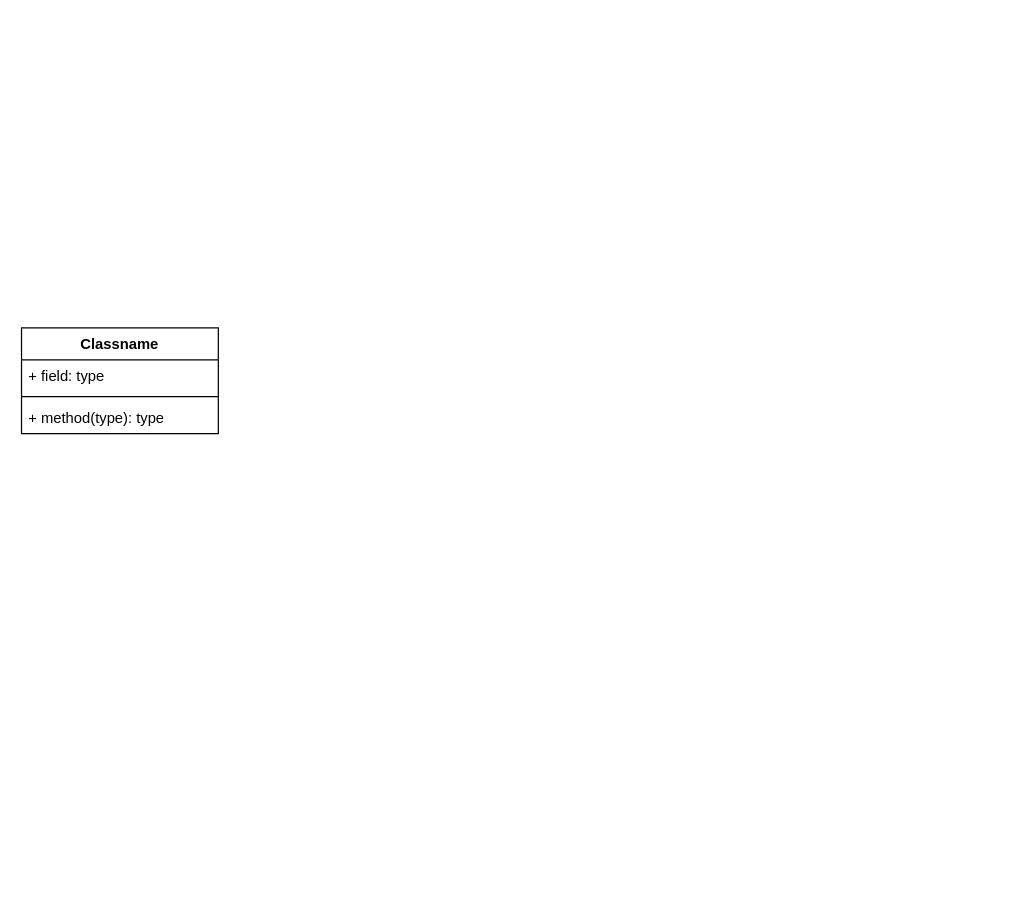
Before: Diagramas/Diagrama de Diseño.drawio in fschwe/SeminarioPractica, a draw.io diagram. Source tidied: cells renumbered, new cells numbered last; positions are measured from the earlier drawing's top-left corner, leaving out a move shared by most shapes. Both pictures are drawn from the tidied source at 123%, with x=0, y=0 at pixel (21, 327).
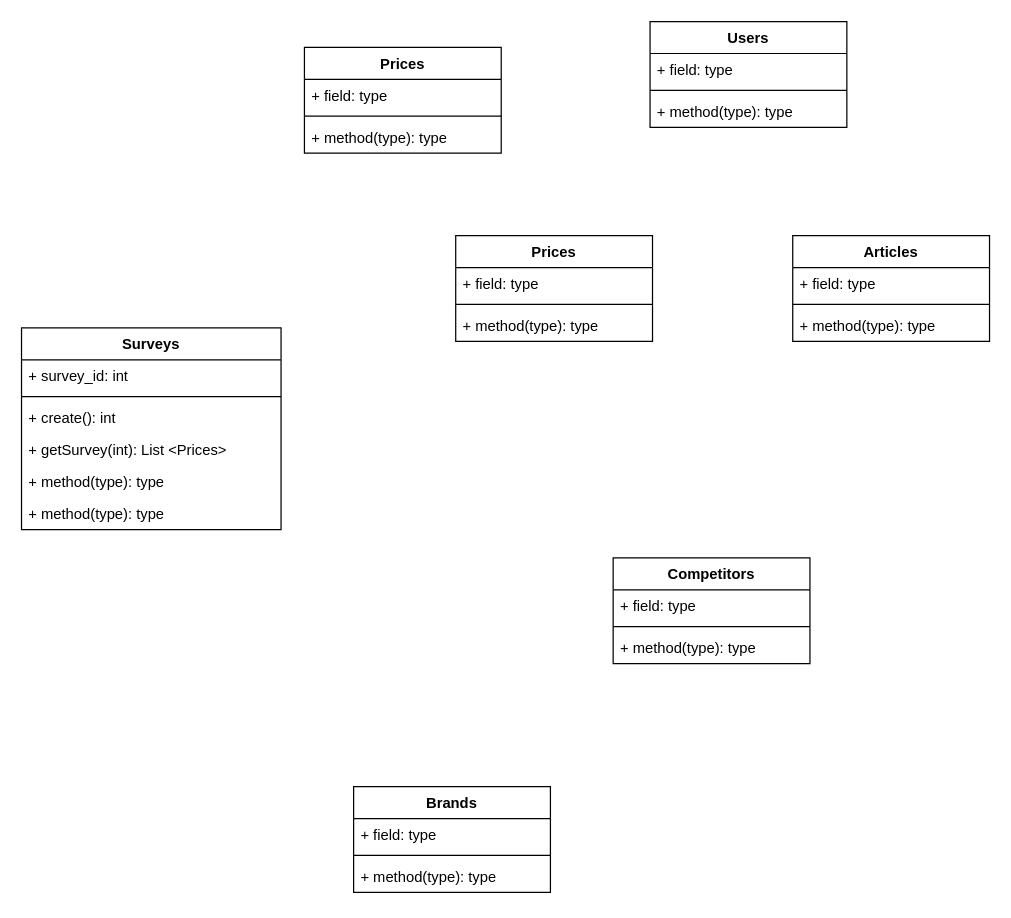
The same diagram, later.

What changed in the source:
```diff
@@
-    <mxCell id="2" value="Classname" style="swimlane;fontStyle=1;align=center;verticalAlign=top;horizontal=1;startSize=26;whiteSpace=wrap;html=1;" parent="1" vertex="1">
-      <mxGeometry width="160" height="86" as="geometry" />
+    <mxCell id="2" value="Surveys" style="swimlane;fontStyle=1;align=center;verticalAlign=top;horizontal=1;startSize=26;whiteSpace=wrap;html=1;" parent="1" vertex="1">
+      <mxGeometry width="211" height="164" as="geometry" />
     </mxCell>
-    <mxCell id="3" value="+ field: type" style="text;strokeColor=none;fillColor=none;align=left;verticalAlign=top;spacingLeft=4;spacingRight=4;overflow=hidden;whiteSpace=wrap;html=1;" parent="2" vertex="1">
-      <mxGeometry y="26" width="160" height="26" as="geometry" />
+    <mxCell id="3" value="+ survey_id: int" style="text;strokeColor=none;fillColor=none;align=left;verticalAlign=top;spacingLeft=4;spacingRight=4;overflow=hidden;whiteSpace=wrap;html=1;" parent="2" vertex="1">
+      <mxGeometry y="26" width="211" height="26" as="geometry" />
     </mxCell>
     <mxCell id="4" style="line;strokeWidth=1;fillColor=none;align=left;verticalAlign=middle;spacingTop=-1;spacingLeft=3;spacingRight=3;labelPosition=right;strokeColor=inherit;" parent="2" vertex="1">
-      <mxGeometry y="52" width="160" height="8" as="geometry" />
+      <mxGeometry y="52" width="211" height="8" as="geometry" />
     </mxCell>
-    <mxCell id="5" value="+ method(type): type" style="text;strokeColor=none;fillColor=none;align=left;verticalAlign=top;spacingLeft=4;spacingRight=4;overflow=hidden;whiteSpace=wrap;html=1;" parent="2" vertex="1">
-      <mxGeometry y="60" width="160" height="26" as="geometry" />
+    <mxCell id="5" value="+ create(): int" style="text;strokeColor=none;fillColor=none;align=left;verticalAlign=top;spacingLeft=4;spacingRight=4;overflow=hidden;whiteSpace=wrap;html=1;" parent="2" vertex="1">
+      <mxGeometry y="60" width="211" height="26" as="geometry" />
     </mxCell>
+    <mxCell id="6" value="+ getSurvey(int): List &amp;lt;Prices&amp;gt;" style="text;strokeColor=none;fillColor=none;align=left;verticalAlign=top;spacingLeft=4;spacingRight=4;overflow=hidden;whiteSpace=wrap;html=1;" parent="2" vertex="1">
+      <mxGeometry y="86" width="211" height="26" as="geometry" />
+    </mxCell>
+    <mxCell id="7" value="+ method(type): type" style="text;strokeColor=none;fillColor=none;align=left;verticalAlign=top;spacingLeft=4;spacingRight=4;overflow=hidden;whiteSpace=wrap;html=1;" parent="2" vertex="1">
+      <mxGeometry y="112" width="211" height="26" as="geometry" />
+    </mxCell>
+    <mxCell id="8" value="+ method(type): type" style="text;strokeColor=none;fillColor=none;align=left;verticalAlign=top;spacingLeft=4;spacingRight=4;overflow=hidden;whiteSpace=wrap;html=1;" parent="2" vertex="1">
+      <mxGeometry y="138" width="211" height="26" as="geometry" />
+    </mxCell>
+    <mxCell id="9" value="Prices" style="swimlane;fontStyle=1;align=center;verticalAlign=top;horizontal=1;startSize=26;whiteSpace=wrap;html=1;" parent="1" vertex="1">
+      <mxGeometry x="353" y="-75" width="160" height="86" as="geometry" />
+    </mxCell>
+    <mxCell id="10" value="+ field: type" style="text;strokeColor=none;fillColor=none;align=left;verticalAlign=top;spacingLeft=4;spacingRight=4;overflow=hidden;whiteSpace=wrap;html=1;" parent="9" vertex="1">
+      <mxGeometry y="26" width="160" height="26" as="geometry" />
+    </mxCell>
+    <mxCell id="11" style="line;strokeWidth=1;fillColor=none;align=left;verticalAlign=middle;spacingTop=-1;spacingLeft=3;spacingRight=3;labelPosition=right;strokeColor=inherit;" parent="9" vertex="1">
+      <mxGeometry y="52" width="160" height="8" as="geometry" />
+    </mxCell>
+    <mxCell id="12" value="+ method(type): type" style="text;strokeColor=none;fillColor=none;align=left;verticalAlign=top;spacingLeft=4;spacingRight=4;overflow=hidden;whiteSpace=wrap;html=1;" parent="9" vertex="1">
+      <mxGeometry y="60" width="160" height="26" as="geometry" />
+    </mxCell>
+    <mxCell id="13" value="Competitors" style="swimlane;fontStyle=1;align=center;verticalAlign=top;horizontal=1;startSize=26;whiteSpace=wrap;html=1;" parent="1" vertex="1">
+      <mxGeometry x="481" y="187" width="160" height="86" as="geometry" />
+    </mxCell>
+    <mxCell id="14" value="+ field: type" style="text;strokeColor=none;fillColor=none;align=left;verticalAlign=top;spacingLeft=4;spacingRight=4;overflow=hidden;whiteSpace=wrap;html=1;" parent="13" vertex="1">
+      <mxGeometry y="26" width="160" height="26" as="geometry" />
+    </mxCell>
+    <mxCell id="15" style="line;strokeWidth=1;fillColor=none;align=left;verticalAlign=middle;spacingTop=-1;spacingLeft=3;spacingRight=3;labelPosition=right;strokeColor=inherit;" parent="13" vertex="1">
+      <mxGeometry y="52" width="160" height="8" as="geometry" />
+    </mxCell>
+    <mxCell id="16" value="+ method(type): type" style="text;strokeColor=none;fillColor=none;align=left;verticalAlign=top;spacingLeft=4;spacingRight=4;overflow=hidden;whiteSpace=wrap;html=1;" parent="13" vertex="1">
+      <mxGeometry y="60" width="160" height="26" as="geometry" />
+    </mxCell>
+    <mxCell id="17" value="Brands" style="swimlane;fontStyle=1;align=center;verticalAlign=top;horizontal=1;startSize=26;whiteSpace=wrap;html=1;" parent="1" vertex="1">
+      <mxGeometry x="270" y="373" width="160" height="86" as="geometry" />
+    </mxCell>
+    <mxCell id="18" value="+ field: type" style="text;strokeColor=none;fillColor=none;align=left;verticalAlign=top;spacingLeft=4;spacingRight=4;overflow=hidden;whiteSpace=wrap;html=1;" parent="17" vertex="1">
+      <mxGeometry y="26" width="160" height="26" as="geometry" />
+    </mxCell>
+    <mxCell id="19" style="line;strokeWidth=1;fillColor=none;align=left;verticalAlign=middle;spacingTop=-1;spacingLeft=3;spacingRight=3;labelPosition=right;strokeColor=inherit;" parent="17" vertex="1">
+      <mxGeometry y="52" width="160" height="8" as="geometry" />
+    </mxCell>
+    <mxCell id="20" value="+ method(type): type" style="text;strokeColor=none;fillColor=none;align=left;verticalAlign=top;spacingLeft=4;spacingRight=4;overflow=hidden;whiteSpace=wrap;html=1;" parent="17" vertex="1">
+      <mxGeometry y="60" width="160" height="26" as="geometry" />
+    </mxCell>
+    <mxCell id="21" value="Articles" style="swimlane;fontStyle=1;align=center;verticalAlign=top;horizontal=1;startSize=26;whiteSpace=wrap;html=1;" parent="1" vertex="1">
+      <mxGeometry x="627" y="-75" width="160" height="86" as="geometry" />
+    </mxCell>
+    <mxCell id="22" value="+ field: type" style="text;strokeColor=none;fillColor=none;align=left;verticalAlign=top;spacingLeft=4;spacingRight=4;overflow=hidden;whiteSpace=wrap;html=1;" parent="21" vertex="1">
+      <mxGeometry y="26" width="160" height="26" as="geometry" />
+    </mxCell>
+    <mxCell id="23" style="line;strokeWidth=1;fillColor=none;align=left;verticalAlign=middle;spacingTop=-1;spacingLeft=3;spacingRight=3;labelPosition=right;strokeColor=inherit;" parent="21" vertex="1">
+      <mxGeometry y="52" width="160" height="8" as="geometry" />
+    </mxCell>
+    <mxCell id="24" value="+ method(type): type" style="text;strokeColor=none;fillColor=none;align=left;verticalAlign=top;spacingLeft=4;spacingRight=4;overflow=hidden;whiteSpace=wrap;html=1;" parent="21" vertex="1">
+      <mxGeometry y="60" width="160" height="26" as="geometry" />
+    </mxCell>
+    <mxCell id="25" value="Prices" style="swimlane;fontStyle=1;align=center;verticalAlign=top;horizontal=1;startSize=26;whiteSpace=wrap;html=1;" parent="1" vertex="1">
+      <mxGeometry x="230" y="-228" width="160" height="86" as="geometry" />
+    </mxCell>
+    <mxCell id="26" value="+ field: type" style="text;strokeColor=none;fillColor=none;align=left;verticalAlign=top;spacingLeft=4;spacingRight=4;overflow=hidden;whiteSpace=wrap;html=1;" parent="25" vertex="1">
+      <mxGeometry y="26" width="160" height="26" as="geometry" />
+    </mxCell>
+    <mxCell id="27" style="line;strokeWidth=1;fillColor=none;align=left;verticalAlign=middle;spacingTop=-1;spacingLeft=3;spacingRight=3;labelPosition=right;strokeColor=inherit;" parent="25" vertex="1">
+      <mxGeometry y="52" width="160" height="8" as="geometry" />
+    </mxCell>
+    <mxCell id="28" value="+ method(type): type" style="text;strokeColor=none;fillColor=none;align=left;verticalAlign=top;spacingLeft=4;spacingRight=4;overflow=hidden;whiteSpace=wrap;html=1;" parent="25" vertex="1">
+      <mxGeometry y="60" width="160" height="26" as="geometry" />
+    </mxCell>
+    <mxCell id="29" value="Users" style="swimlane;fontStyle=1;align=center;verticalAlign=top;horizontal=1;startSize=26;whiteSpace=wrap;html=1;" parent="1" vertex="1">
+      <mxGeometry x="511" y="-249" width="160" height="86" as="geometry" />
+    </mxCell>
+    <mxCell id="30" value="+ field: type" style="text;strokeColor=none;fillColor=none;align=left;verticalAlign=top;spacingLeft=4;spacingRight=4;overflow=hidden;whiteSpace=wrap;html=1;" parent="29" vertex="1">
+      <mxGeometry y="26" width="160" height="26" as="geometry" />
+    </mxCell>
+    <mxCell id="31" style="line;strokeWidth=1;fillColor=none;align=left;verticalAlign=middle;spacingTop=-1;spacingLeft=3;spacingRight=3;labelPosition=right;strokeColor=inherit;" parent="29" vertex="1">
+      <mxGeometry y="52" width="160" height="8" as="geometry" />
+    </mxCell>
+    <mxCell id="32" value="+ method(type): type" style="text;strokeColor=none;fillColor=none;align=left;verticalAlign=top;spacingLeft=4;spacingRight=4;overflow=hidden;whiteSpace=wrap;html=1;" parent="29" vertex="1">
+      <mxGeometry y="60" width="160" height="26" as="geometry" />
+    </mxCell>
```
